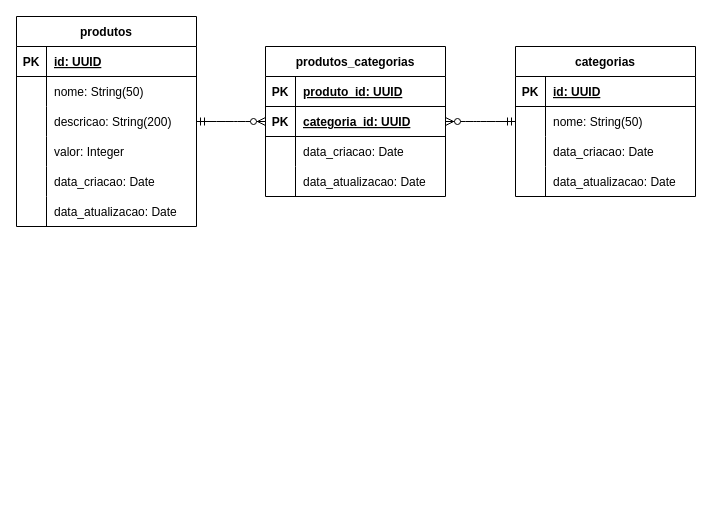
Earlier version of the draw.io diagram page "Modelo Lógico" (2 of 2) of requirements/ecommerce-database.drawio (Miguelstoss/ecommerce-node-api). Source tidied: cells renumbered, new cells numbered last; positions are measured from the earlier drawing's top-left corner, leaving out a move shared by most shapes. Both pictures are drawn from the tidied source at 100%, with x=0, y=0 at pixel (16, 16).
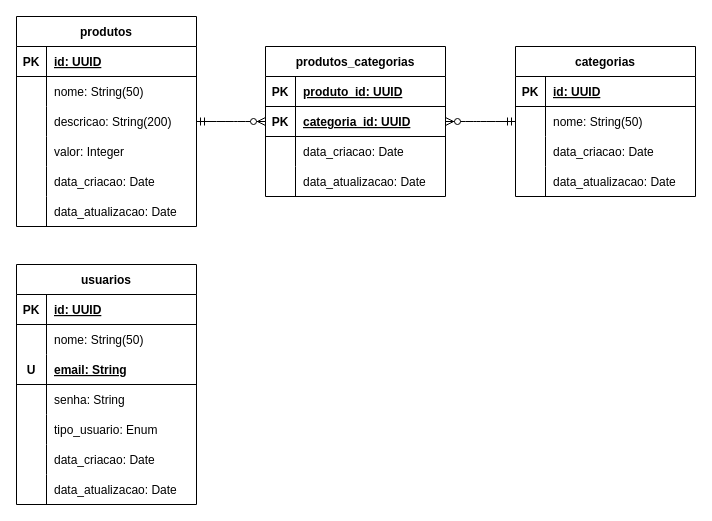
The same page after the edit.

The edit, as a diff of the source:
```diff
@@
+    <mxCell id="49" value="usuarios" style="shape=table;startSize=30;childLayout=tableLayout;rowLines=0;fontStyle=1;align=center;" parent="1" vertex="1">
+      <mxGeometry y="248" width="180" height="240" as="geometry" />
+    </mxCell>
+    <mxCell id="50" style="shape=tableRow;horizontal=0;startSize=0;swimlaneHead=0;swimlaneBody=0;fillColor=none;top=0;left=0;right=0;bottom=1;" parent="49" vertex="1">
+      <mxGeometry y="30" width="180" height="30" as="geometry" />
+    </mxCell>
+    <mxCell id="51" value="PK" style="shape=partialRectangle;fillColor=none;top=0;left=0;bottom=0;right=0;fontStyle=1;overflow=hidden;" parent="50" vertex="1">
+      <mxGeometry width="30" height="30" as="geometry" />
+    </mxCell>
+    <mxCell id="52" value="id: UUID" style="shape=partialRectangle;fillColor=none;top=0;left=0;bottom=0;right=0;align=left;spacingLeft=6;fontStyle=5;overflow=hidden;" parent="50" vertex="1">
+      <mxGeometry x="30" width="150" height="30" as="geometry" />
+    </mxCell>
+    <mxCell id="53" style="shape=tableRow;horizontal=0;startSize=0;swimlaneHead=0;swimlaneBody=0;fillColor=none;top=0;left=0;right=0;bottom=0;" parent="49" vertex="1">
+      <mxGeometry y="60" width="180" height="30" as="geometry" />
+    </mxCell>
+    <mxCell id="54" style="shape=partialRectangle;fillColor=none;top=0;left=0;bottom=0;right=0;overflow=hidden;" parent="53" vertex="1">
+      <mxGeometry width="30" height="30" as="geometry" />
+    </mxCell>
+    <mxCell id="55" value="nome: String(50)" style="shape=partialRectangle;fillColor=none;top=0;left=0;bottom=0;right=0;align=left;spacingLeft=6;overflow=hidden;" parent="53" vertex="1">
+      <mxGeometry x="30" width="150" height="30" as="geometry" />
+    </mxCell>
+    <mxCell id="56" style="shape=tableRow;horizontal=0;startSize=0;swimlaneHead=0;swimlaneBody=0;fillColor=none;top=0;left=0;right=0;bottom=1;" parent="49" vertex="1">
+      <mxGeometry y="90" width="180" height="30" as="geometry" />
+    </mxCell>
+    <mxCell id="57" value="U" style="shape=partialRectangle;fillColor=none;top=0;left=0;bottom=0;right=0;fontStyle=1;overflow=hidden;" parent="56" vertex="1">
+      <mxGeometry width="30" height="30" as="geometry" />
+    </mxCell>
+    <mxCell id="58" value="email: String" style="shape=partialRectangle;fillColor=none;top=0;left=0;bottom=0;right=0;align=left;spacingLeft=6;fontStyle=5;overflow=hidden;" parent="56" vertex="1">
+      <mxGeometry x="30" width="150" height="30" as="geometry" />
+    </mxCell>
+    <mxCell id="59" style="shape=tableRow;horizontal=0;startSize=0;swimlaneHead=0;swimlaneBody=0;fillColor=none;top=0;left=0;right=0;bottom=0;" parent="49" vertex="1">
+      <mxGeometry y="120" width="180" height="30" as="geometry" />
+    </mxCell>
+    <mxCell id="60" style="shape=partialRectangle;fillColor=none;top=0;left=0;bottom=0;right=0;overflow=hidden;" parent="59" vertex="1">
+      <mxGeometry width="30" height="30" as="geometry" />
+    </mxCell>
+    <mxCell id="61" value="senha: String" style="shape=partialRectangle;fillColor=none;top=0;left=0;bottom=0;right=0;align=left;spacingLeft=6;overflow=hidden;" parent="59" vertex="1">
+      <mxGeometry x="30" width="150" height="30" as="geometry" />
+    </mxCell>
+    <mxCell id="62" style="shape=tableRow;horizontal=0;startSize=0;swimlaneHead=0;swimlaneBody=0;fillColor=none;top=0;left=0;right=0;bottom=0;" parent="49" vertex="1">
+      <mxGeometry y="150" width="180" height="30" as="geometry" />
+    </mxCell>
+    <mxCell id="63" style="shape=partialRectangle;fillColor=none;top=0;left=0;bottom=0;right=0;overflow=hidden;" parent="62" vertex="1">
+      <mxGeometry width="30" height="30" as="geometry" />
+    </mxCell>
+    <mxCell id="64" value="tipo_usuario: Enum" style="shape=partialRectangle;fillColor=none;top=0;left=0;bottom=0;right=0;align=left;spacingLeft=6;overflow=hidden;" parent="62" vertex="1">
+      <mxGeometry x="30" width="150" height="30" as="geometry" />
+    </mxCell>
+    <mxCell id="65" style="shape=tableRow;horizontal=0;startSize=0;swimlaneHead=0;swimlaneBody=0;fillColor=none;top=0;left=0;right=0;bottom=0;" parent="49" vertex="1">
+      <mxGeometry y="180" width="180" height="30" as="geometry" />
+    </mxCell>
+    <mxCell id="66" style="shape=partialRectangle;fillColor=none;top=0;left=0;bottom=0;right=0;overflow=hidden;" parent="65" vertex="1">
+      <mxGeometry width="30" height="30" as="geometry" />
+    </mxCell>
+    <mxCell id="67" value="data_criacao: Date" style="shape=partialRectangle;fillColor=none;top=0;left=0;bottom=0;right=0;align=left;spacingLeft=6;overflow=hidden;" parent="65" vertex="1">
+      <mxGeometry x="30" width="150" height="30" as="geometry" />
+    </mxCell>
+    <mxCell id="68" style="shape=tableRow;horizontal=0;startSize=0;swimlaneHead=0;swimlaneBody=0;fillColor=none;top=0;left=0;right=0;bottom=0;" parent="49" vertex="1">
+      <mxGeometry y="210" width="180" height="30" as="geometry" />
+    </mxCell>
+    <mxCell id="69" style="shape=partialRectangle;fillColor=none;top=0;left=0;bottom=0;right=0;overflow=hidden;" parent="68" vertex="1">
+      <mxGeometry width="30" height="30" as="geometry" />
+    </mxCell>
+    <mxCell id="70" value="data_atualizacao: Date" style="shape=partialRectangle;fillColor=none;top=0;left=0;bottom=0;right=0;align=left;spacingLeft=6;overflow=hidden;" parent="68" vertex="1">
+      <mxGeometry x="30" width="150" height="30" as="geometry" />
+    </mxCell>
```
